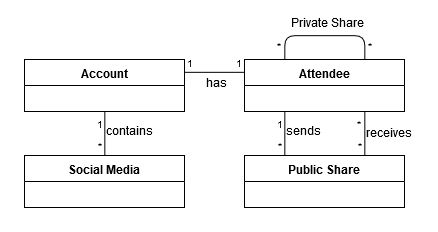
This is assets/domain-model.png from softeng-feup/open-cx-heapsdontlie, a draw.io export, as it was before one commit. Source tidied: cells renumbered, new cells last; positions are measured from the earlier drawing's top-left corner, leaving out a move shared by most shapes.
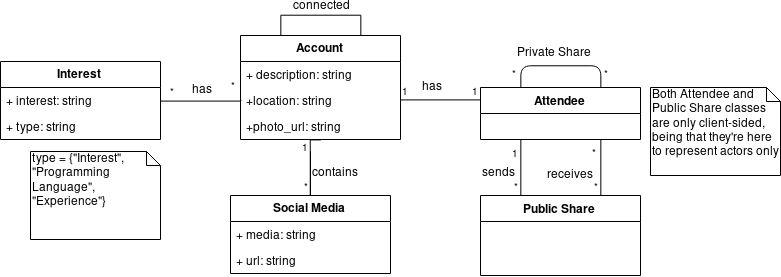
The same file after the commit.

Commit message:
New domain model (#9)

* Changed domain model specification

* Changed width of image

* Fixed some minor errors on image

* Changed a multiplicity

The edit, as a diff of the source:
```diff
@@ -3,7 +3,7 @@
     <mxCell id="0" />
     <mxCell id="1" parent="0" />
     <mxCell id="2" value="Public Share" style="swimlane;fontStyle=1;align=center;verticalAlign=top;horizontal=1;startSize=26;" parent="1" vertex="1">
-      <mxGeometry x="220" y="140" width="160" height="52" as="geometry" />
+      <mxGeometry x="250" y="140" width="160" height="80" as="geometry" />
     </mxCell>
     <mxCell id="3" style="endArrow=none;html=1;edgeStyle=orthogonalEdgeStyle;exitX=0.25;exitY=1;exitDx=0;exitDy=0;entryX=0.25;entryY=0;entryDx=0;entryDy=0;" parent="1" edge="1" source="9" target="2">
       <mxGeometry relative="1" as="geometry" />
@@ -17,18 +17,15 @@
       <mxGeometry x="1" relative="1" as="geometry" />
     </mxCell>
     <mxCell id="6" value="sends" style="text;html=1;align=left;verticalAlign=top;spacingTop=-4;" parent="1" vertex="1">
-      <mxGeometry x="260" y="108" width="50" height="20" as="geometry" />
+      <mxGeometry x="250" y="108" width="50" height="20" as="geometry" />
     </mxCell>
     <mxCell id="7" value="Private Share" style="text;html=1;align=left;verticalAlign=top;spacingTop=-4;" parent="1" vertex="1">
-      <mxGeometry x="265" width="90" height="20" as="geometry" />
+      <mxGeometry x="285" y="-12" width="90" height="20" as="geometry" />
     </mxCell>
-    <mxCell id="8" value="Account" style="swimlane;fontStyle=1;align=center;verticalAlign=top;horizontal=1;startSize=26;" parent="1" vertex="1">
-      <mxGeometry y="44" width="160" height="52" as="geometry" />
-    </mxCell>
     <mxCell id="9" value="Attendee" style="swimlane;fontStyle=1;align=center;verticalAlign=top;horizontal=1;startSize=26;" parent="1" vertex="1">
-      <mxGeometry x="220" y="44" width="160" height="52" as="geometry" />
+      <mxGeometry x="250" y="32" width="160" height="52" as="geometry" />
     </mxCell>
-    <mxCell id="10" style="endArrow=none;html=1;edgeStyle=orthogonalEdgeStyle;exitX=1;exitY=0.25;exitDx=0;exitDy=0;entryX=0;entryY=0.25;entryDx=0;entryDy=0;" parent="1" edge="1" source="8" target="9">
+    <mxCell id="10" style="endArrow=none;html=1;edgeStyle=orthogonalEdgeStyle;exitX=1;exitY=0.5;exitDx=0;exitDy=0;entryX=0;entryY=0.25;entryDx=0;entryDy=0;" parent="1" edge="1" source="31" target="9">
       <mxGeometry relative="1" as="geometry" />
     </mxCell>
     <mxCell id="11" value="1" style="html=1;align=left;verticalAlign=bottom;labelBackgroundColor=#ffffff;fontSize=10;" parent="10" vertex="1">
@@ -38,17 +35,17 @@
       <mxGeometry x="1" relative="1" as="geometry" />
     </mxCell>
     <mxCell id="13" value="has" style="text;html=1;align=left;verticalAlign=top;spacingTop=-4;" parent="1" vertex="1">
-      <mxGeometry x="180" y="60" width="40" height="20" as="geometry" />
+      <mxGeometry x="190" y="22" width="40" height="20" as="geometry" />
     </mxCell>
-    <mxCell id="14" value="Social Media" style="swimlane;fontStyle=1;align=center;verticalAlign=top;horizontal=1;startSize=26;" parent="1" vertex="1">
-      <mxGeometry y="140" width="160" height="52" as="geometry" />
-    </mxCell>
-    <mxCell id="15" style="endArrow=none;html=1;edgeStyle=orthogonalEdgeStyle;exitX=0.5;exitY=1;exitDx=0;exitDy=0;entryX=0.5;entryY=0;entryDx=0;entryDy=0;" parent="1" edge="1" source="8" target="14">
-      <mxGeometry relative="1" as="geometry" />
+    <mxCell id="15" style="endArrow=none;html=1;edgeStyle=orthogonalEdgeStyle;exitX=0.5;exitY=1;exitDx=0;exitDy=0;entryX=0.5;entryY=0;entryDx=0;entryDy=0;" parent="1" edge="1">
+      <mxGeometry relative="1" as="geometry">
+        <mxPoint x="80" y="96" as="sourcePoint" />
+        <mxPoint x="80" y="140" as="targetPoint" />
+      </mxGeometry>
     </mxCell>
     <mxCell id="16" value="&lt;div&gt;1&lt;/div&gt;" style="html=1;align=left;verticalAlign=bottom;labelBackgroundColor=#ffffff;fontSize=10;" parent="15" vertex="1">
       <mxGeometry x="-1" relative="1" as="geometry">
-        <mxPoint x="-10" y="22" as="offset" />
+        <mxPoint x="-10" y="4" as="offset" />
       </mxGeometry>
     </mxCell>
     <mxCell id="17" value="&lt;div&gt;*&lt;/div&gt;" style="html=1;align=right;verticalAlign=bottom;labelBackgroundColor=#ffffff;fontSize=10;" parent="15" vertex="1">
@@ -60,8 +57,8 @@
     <mxCell id="19" style="endArrow=none;html=1;edgeStyle=orthogonalEdgeStyle;entryX=0.75;entryY=0;entryDx=0;entryDy=0;exitX=0.25;exitY=0;exitDx=0;exitDy=0;" parent="1" edge="1" source="9" target="9">
       <mxGeometry relative="1" as="geometry">
         <Array as="points">
-          <mxPoint x="260" y="20" />
-          <mxPoint x="340" y="20" />
+          <mxPoint x="290" y="10" />
+          <mxPoint x="370" y="10" />
         </Array>
       </mxGeometry>
     </mxCell>
@@ -89,7 +86,85 @@
       </mxGeometry>
     </mxCell>
     <mxCell id="25" value="&lt;div&gt;receives&lt;/div&gt;" style="text;html=1;align=left;verticalAlign=top;spacingTop=-4;" parent="1" vertex="1">
-      <mxGeometry x="340" y="110" width="60" height="20" as="geometry" />
+      <mxGeometry x="315" y="110" width="60" height="20" as="geometry" />
     </mxCell>
+    <mxCell id="26" style="edgeStyle=orthogonalEdgeStyle;rounded=0;jettySize=auto;html=1;entryX=0.5;entryY=1;entryDx=0;entryDy=0;endArrow=none;endFill=0;" parent="1" edge="1" source="14" target="8">
+      <mxGeometry relative="1" as="geometry">
+        <Array as="points">
+          <mxPoint x="80" y="90" />
+          <mxPoint x="80" y="90" />
+        </Array>
+      </mxGeometry>
+    </mxCell>
+    <mxCell id="14" value="Social Media" style="swimlane;fontStyle=1;horizontal=1;startSize=26;fillColor=none;" parent="1" vertex="1">
+      <mxGeometry y="140" width="160" height="78" as="geometry" />
+    </mxCell>
+    <mxCell id="27" value="+ media: string" style="text;strokeColor=none;fillColor=none;align=left;verticalAlign=top;spacingLeft=4;spacingRight=4;overflow=hidden;" parent="14" vertex="1">
+      <mxGeometry y="26" width="160" height="26" as="geometry" />
+    </mxCell>
+    <mxCell id="28" value="+ url: string&#10;" style="text;strokeColor=none;fillColor=none;align=left;verticalAlign=top;spacingLeft=4;spacingRight=4;overflow=hidden;" parent="14" vertex="1">
+      <mxGeometry y="52" width="160" height="26" as="geometry" />
+    </mxCell>
+    <mxCell id="29" style="edgeStyle=orthogonalEdgeStyle;rounded=0;jettySize=auto;html=1;endArrow=none;endFill=0;exitX=0;exitY=0.5;exitDx=0;exitDy=0;" parent="1" edge="1" source="31" target="33">
+      <mxGeometry relative="1" as="geometry">
+        <Array as="points">
+          <mxPoint x="10" y="45" />
+          <mxPoint x="10" y="45" />
+        </Array>
+      </mxGeometry>
+    </mxCell>
+    <mxCell id="8" value="Account" style="swimlane;fontStyle=1;horizontal=1;startSize=26;fillColor=none;" parent="1" vertex="1">
+      <mxGeometry x="10" y="-20" width="160" height="104" as="geometry" />
+    </mxCell>
+    <mxCell id="30" value="+ description: string" style="text;strokeColor=none;fillColor=none;align=left;verticalAlign=top;spacingLeft=4;spacingRight=4;overflow=hidden;" parent="8" vertex="1">
+      <mxGeometry y="26" width="160" height="26" as="geometry" />
+    </mxCell>
+    <mxCell id="31" value="+location: string&#10;" style="text;strokeColor=none;fillColor=none;align=left;verticalAlign=top;spacingLeft=4;spacingRight=4;overflow=hidden;points=[[0,0.5],[1,0.5]];portConstraint=eastwest;" parent="8" vertex="1">
+      <mxGeometry y="52" width="160" height="26" as="geometry" />
+    </mxCell>
+    <mxCell id="32" value="+photo_url: string&#10;" style="text;strokeColor=none;fillColor=none;align=left;verticalAlign=top;spacingLeft=4;spacingRight=4;overflow=hidden;" parent="8" vertex="1">
+      <mxGeometry y="78" width="160" height="26" as="geometry" />
+    </mxCell>
+    <mxCell id="33" value="Interest" style="swimlane;fontStyle=1;horizontal=1;startSize=26;fillColor=none;" parent="1" vertex="1">
+      <mxGeometry x="-230" y="6" width="160" height="78" as="geometry" />
+    </mxCell>
+    <mxCell id="34" value="+ interest: string" style="text;strokeColor=none;fillColor=none;align=left;verticalAlign=top;spacingLeft=4;spacingRight=4;overflow=hidden;" parent="33" vertex="1">
+      <mxGeometry y="26" width="160" height="26" as="geometry" />
+    </mxCell>
+    <mxCell id="35" value="+ type: string" style="text;strokeColor=none;fillColor=none;align=left;verticalAlign=top;spacingLeft=4;spacingRight=4;overflow=hidden;" parent="33" vertex="1">
+      <mxGeometry y="52" width="160" height="26" as="geometry" />
+    </mxCell>
+    <mxCell id="36" value="has" style="text;html=1;align=left;verticalAlign=top;spacingTop=-4;" parent="1" vertex="1">
+      <mxGeometry x="-40" y="25" width="40" height="20" as="geometry" />
+    </mxCell>
+    <mxCell id="37" value="&lt;div&gt;type = {&quot;Interest&quot;, &lt;br&gt;&lt;/div&gt;&lt;div&gt;&quot;Programming Language&quot;,&lt;/div&gt;&lt;div&gt;&quot;Experience&quot;}&lt;br&gt;&lt;/div&gt;" style="shape=note;whiteSpace=wrap;html=1;size=14;verticalAlign=top;align=left;spacingTop=-6;" parent="1" vertex="1">
+      <mxGeometry x="-200" y="96" width="130" height="88" as="geometry" />
+    </mxCell>
+    <mxCell id="38" style="edgeStyle=orthogonalEdgeStyle;rounded=0;orthogonalLoop=1;jettySize=auto;html=1;exitX=0.25;exitY=0;exitDx=0;exitDy=0;entryX=0.75;entryY=0;entryDx=0;entryDy=0;endArrow=none;endFill=0;" parent="1" edge="1" source="8" target="8">
+      <mxGeometry relative="1" as="geometry">
+        <Array as="points">
+          <mxPoint x="50" y="-40" />
+          <mxPoint x="130" y="-40" />
+        </Array>
+      </mxGeometry>
+    </mxCell>
+    <mxCell id="39" value="&lt;div&gt;connected&lt;/div&gt;" style="text;html=1;align=center;verticalAlign=middle;labelBackgroundColor=#ffffff;" parent="38" vertex="1">
+      <mxGeometry x="0.17" y="-2" relative="1" as="geometry">
+        <mxPoint x="-10" y="-12" as="offset" />
+      </mxGeometry>
+    </mxCell>
+    <mxCell id="40" value="Both Attendee and Public Share classes are only client-sided, being that they're here to represent actors only" style="shape=note;whiteSpace=wrap;html=1;size=14;verticalAlign=top;align=left;spacingTop=-6;" parent="1" vertex="1">
+      <mxGeometry x="420" y="32" width="130" height="88" as="geometry" />
+    </mxCell>
+    <mxCell id="41" value="&lt;div&gt;&amp;nbsp; *&lt;/div&gt;" style="html=1;align=left;verticalAlign=bottom;labelBackgroundColor=#ffffff;fontSize=10;" parent="1" vertex="1">
+      <mxGeometry x="130" y="50" as="geometry">
+        <mxPoint x="-137" y="-11" as="offset" />
+      </mxGeometry>
+    </mxCell>
+    <mxCell id="42" value="&lt;div&gt;*&lt;/div&gt;" style="html=1;align=right;verticalAlign=bottom;labelBackgroundColor=#ffffff;fontSize=10;" parent="1" vertex="1">
+      <mxGeometry x="100" y="150" as="geometry">
+        <mxPoint x="-154" y="-105" as="offset" />
+      </mxGeometry>
+    </mxCell>
   </root>
 </mxGraphModel>
```
